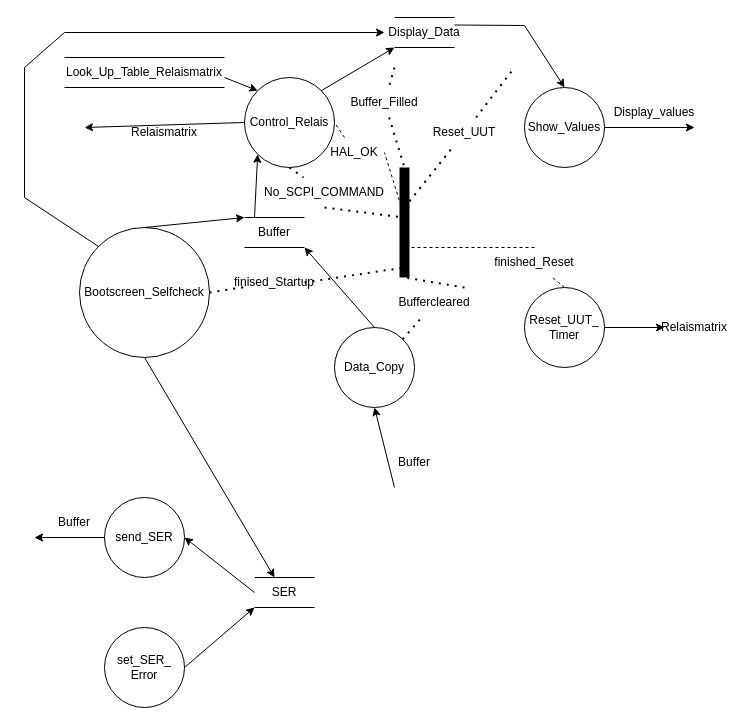
The draw.io diagram DatenflussDiagramm.drawio in Lostqw1/Funfun, before the edit. Source tidied: cells renumbered, new cells numbered last; positions are measured from the earlier drawing's top-left corner, leaving out a move shared by most shapes. Both pictures are drawn from the tidied source at 100%, with x=0, y=0 at pixel (24, 17).
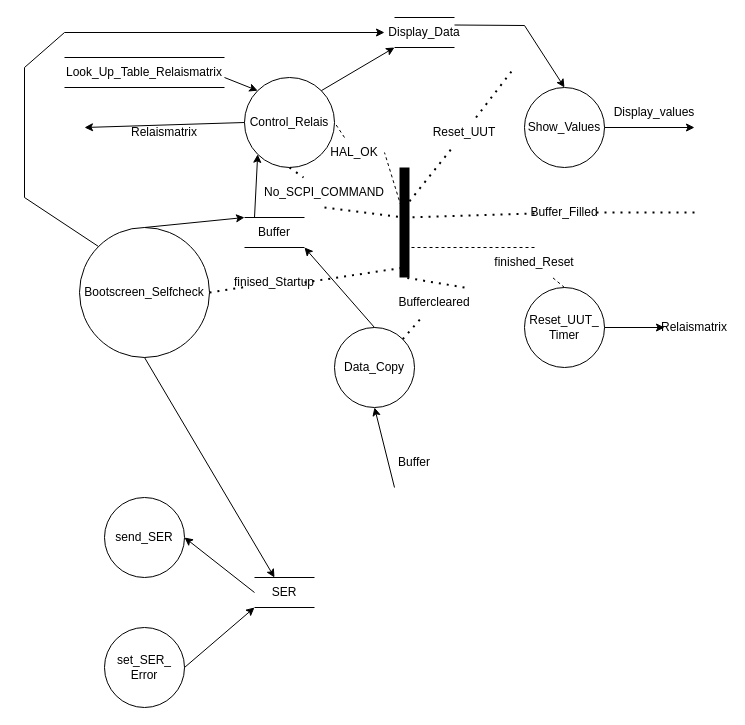
The same page after the edit.

The change refers to these unchanged cells:
```xml
<mxCell id="9" value="send_SER" style="ellipse;whiteSpace=wrap;html=1;" parent="1" vertex="1">
  <mxGeometry x="80" y="480" width="80" height="80" as="geometry" />
</mxCell>
```

Diff of the diagram source:
```diff
@@
     <mxCell id="17" style="endArrow=none;dashed=1;html=1;dashPattern=1 3;strokeWidth=2;rounded=0;startArrow=none;" parent="1" edge="1" source="42">
       <mxGeometry relative="1" as="geometry">
-        <mxPoint x="380" y="150" as="targetPoint" />
+        <mxPoint x="380" y="200" as="targetPoint" />
       </mxGeometry>
     </mxCell>
@@
-    <mxCell id="34" style="endArrow=classic;html=1;rounded=0;exitX=0;exitY=0.5;exitDx=0;exitDy=0;" parent="1" edge="1" source="9">
-      <mxGeometry relative="1" as="geometry">
-        <mxPoint x="10" y="520" as="targetPoint" />
-      </mxGeometry>
-    </mxCell>
-    <mxCell id="35" value="Buffer" style="text;html=1;strokeColor=none;fillColor=none;align=center;verticalAlign=middle;whiteSpace=wrap;rounded=0;" parent="1" vertex="1">
-      <mxGeometry x="20" y="490" width="60" height="30" as="geometry" />
-    </mxCell>
@@
     <mxCell id="42" value="Buffer_Filled" style="text;html=1;strokeColor=none;fillColor=none;align=center;verticalAlign=middle;whiteSpace=wrap;rounded=0;" parent="1" vertex="1">
-      <mxGeometry x="330" y="70" width="60" height="30" as="geometry" />
+      <mxGeometry x="510" y="180" width="60" height="30" as="geometry" />
     </mxCell>
     <mxCell id="43" style="endArrow=none;dashed=1;html=1;dashPattern=1 3;strokeWidth=2;rounded=0;" parent="1" edge="1" target="42">
       <mxGeometry relative="1" as="geometry">
-        <mxPoint x="370" y="50" as="sourcePoint" />
+        <mxPoint x="670" y="195" as="sourcePoint" />
       </mxGeometry>
     </mxCell>
```
